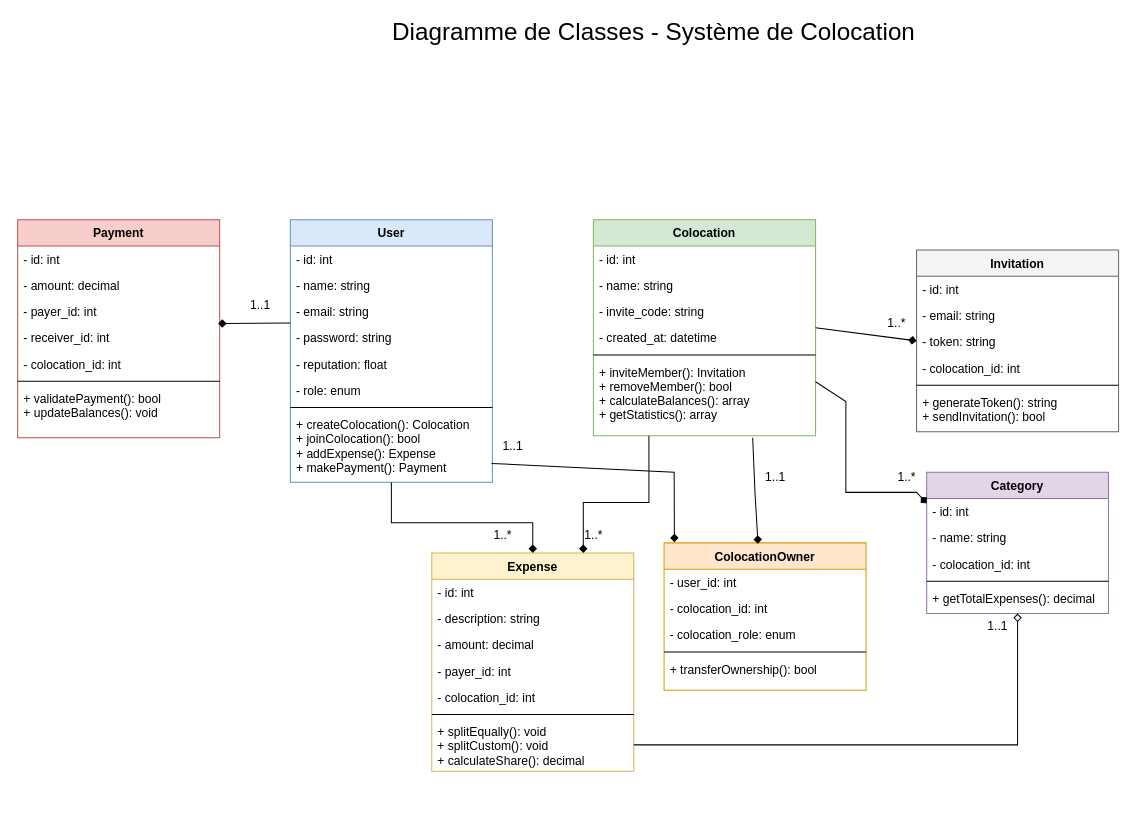
The draw.io diagram Docs/diagrammeDeClasse.drawio in Medbdll/EasyColoc, before the edit. Source tidied: cells renumbered, new cells numbered last; positions are measured from the earlier drawing's top-left corner, leaving out a move shared by most shapes. Both pictures are drawn from the tidied source at 101%, with x=0, y=0 at pixel (17, 17).
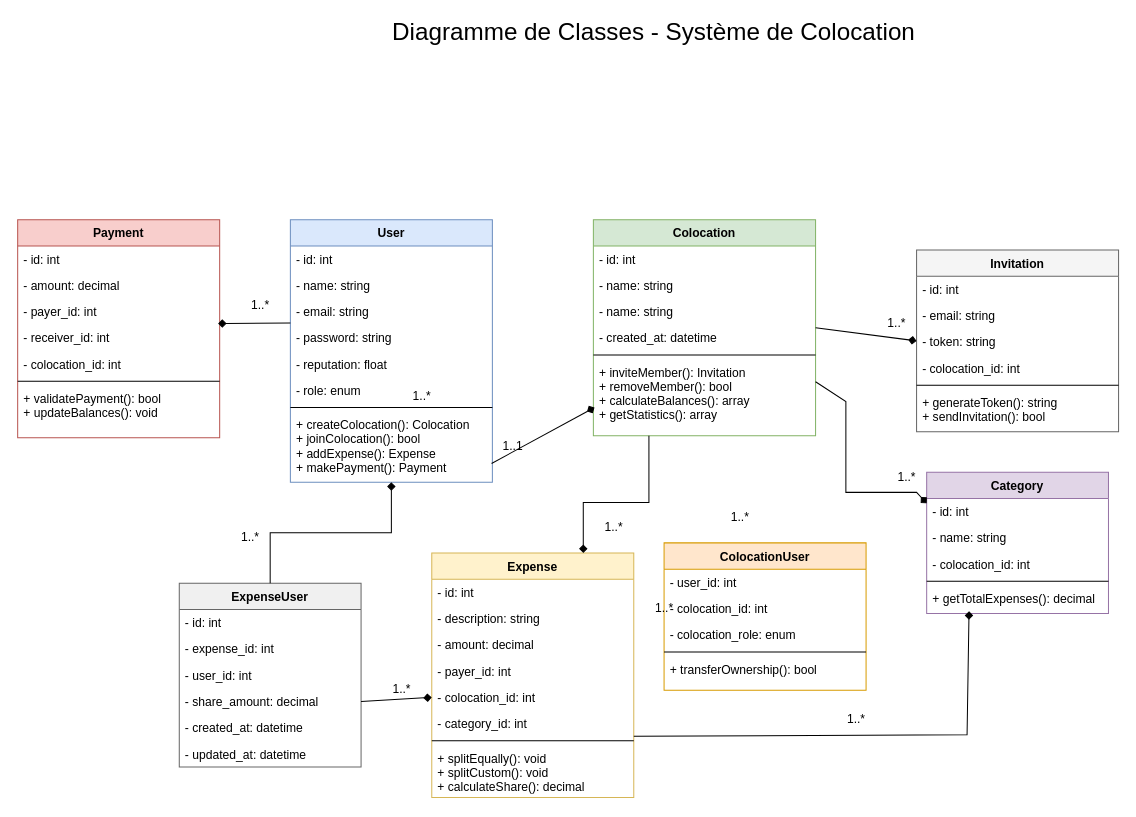
The same diagram, later.

Unchanged cells that the change refers to:
```xml
<mxCell id="2" value="User" style="swimlane;fontStyle=1;align=center;verticalAlign=top;horizontal=1;startSize=26;fillColor=#dae8fc;strokeColor=#6c8ebf;" parent="1" vertex="1">
  <mxGeometry x="270" y="200" width="200" height="260" as="geometry" />
</mxCell>
<mxCell id="10" value="+ createColocation(): Colocation&#10;+ joinColocation(): bool&#10;+ addExpense(): Expense&#10;+ makePayment(): Payment" style="text;strokeColor=none;fillColor=none;align=left;verticalAlign=top;spacingLeft=4;spacingRight=4;overflow=hidden;points=[[0,0.5],[1,0.5]];portConstraint=eastwest;" parent="2" vertex="1">
  <mxGeometry y="190" width="200" height="70" as="geometry" />
</mxCell>
<mxCell id="11" value="Colocation" style="swimlane;fontStyle=1;align=center;verticalAlign=top;horizontal=1;startSize=26;fillColor=#d5e8d4;strokeColor=#82b366;" parent="1" vertex="1">
  <mxGeometry x="570" y="200" width="220" height="214" as="geometry" />
</mxCell>
<mxCell id="17" value="+ inviteMember(): Invitation&#10;+ removeMember(): bool&#10;+ calculateBalances(): array&#10;+ getStatistics(): array" style="text;strokeColor=none;fillColor=none;align=left;verticalAlign=top;spacingLeft=4;spacingRight=4;overflow=hidden;points=[[0,0.5],[1,0.5]];portConstraint=eastwest;" parent="11" vertex="1">
  <mxGeometry y="138" width="220" height="76" as="geometry" />
</mxCell>
<mxCell id="23" value="- colocation_id: int" style="text;strokeColor=none;fillColor=none;align=left;verticalAlign=top;spacingLeft=4;spacingRight=4;overflow=hidden;points=[[0,0.5],[1,0.5]];portConstraint=eastwest;" parent="18" vertex="1">
  <mxGeometry y="130" width="200" height="26" as="geometry" />
</mxCell>
<mxCell id="39" value="+ getTotalExpenses(): decimal" style="text;strokeColor=none;fillColor=none;align=left;verticalAlign=top;spacingLeft=4;spacingRight=4;overflow=hidden;points=[[0,0.5],[1,0.5]];portConstraint=eastwest;" parent="34" vertex="1">
  <mxGeometry y="112" width="180" height="28" as="geometry" />
</mxCell>
```

The edit, as a diff of the source:
```diff
@@
-    <mxCell id="14" value="- invite_code: string" style="text;strokeColor=none;fillColor=none;align=left;verticalAlign=top;spacingLeft=4;spacingRight=4;overflow=hidden;" parent="11" vertex="1">
-      <mxGeometry y="78" width="220" height="26" as="geometry" />
-    </mxCell>
+    <mxCell id="70" value="- name: string" style="text;strokeColor=none;fillColor=none;align=left;verticalAlign=top;spacingLeft=4;spacingRight=4;overflow=hidden;" parent="11" vertex="1">
+      <mxGeometry y="78" width="220" height="26" as="geometry" />
+    </mxCell>
@@
     <mxCell id="18" value="Expense" style="swimlane;fontStyle=1;align=center;verticalAlign=top;horizontal=1;startSize=26;fillColor=#fff2cc;strokeColor=#d6b656;" parent="1" vertex="1">
-      <mxGeometry x="410" y="530" width="200" height="216" as="geometry" />
+      <mxGeometry x="410" y="530" width="200" height="242" as="geometry" />
     </mxCell>
@@
+    <mxCell id="71" value="- category_id: int" style="text;strokeColor=none;fillColor=none;align=left;verticalAlign=top;spacingLeft=4;spacingRight=4;overflow=hidden;" parent="18" vertex="1">
+      <mxGeometry y="156" width="200" height="26" as="geometry" />
+    </mxCell>
     <mxCell id="24" style="line;strokeWidth=1;fillColor=none;align=left;verticalAlign=middle;spacingTop=-1;spacingLeft=3;spacingRight=3;labelPosition=right;" parent="18" vertex="1">
-      <mxGeometry y="156" width="200" height="8" as="geometry" />
+      <mxGeometry y="182" width="200" height="8" as="geometry" />
     </mxCell>
     <mxCell id="25" value="+ splitEqually(): void&#10;+ splitCustom(): void&#10;+ calculateShare(): decimal" style="text;strokeColor=none;fillColor=none;align=left;verticalAlign=top;spacingLeft=4;spacingRight=4;overflow=hidden;points=[[0,0.5],[1,0.5]];portConstraint=eastwest;" parent="18" vertex="1">
-      <mxGeometry y="164" width="200" height="52" as="geometry" />
+      <mxGeometry y="190" width="200" height="52" as="geometry" />
     </mxCell>
@@
-    <mxCell id="47" value="ColocationOwner" style="swimlane;fontStyle=1;align=center;verticalAlign=top;horizontal=1;startSize=26;fillColor=#ffe6cc;strokeColor=#d79b00;" parent="1" vertex="1">
+    <mxCell id="47" value="ColocationUser" style="swimlane;fontStyle=1;align=center;verticalAlign=top;horizontal=1;startSize=26;fillColor=#ffe6cc;strokeColor=#d79b00;" parent="1" vertex="1">
       <mxGeometry x="640" y="520" width="200" height="146" as="geometry" />
     </mxCell>
@@
-    <mxCell id="53" style="endArrow=diamond;endFill=1;html=1;rounded=0;exitX=0.996;exitY=0.734;exitDx=0;exitDy=0;entryX=0.051;entryY=-0.005;entryDx=0;entryDy=0;exitPerimeter=0;entryPerimeter=0;" parent="1" edge="1" source="10" target="47">
-      <mxGeometry relative="1" as="geometry">
-        <Array as="points">
-          <mxPoint x="650" y="450" />
-        </Array>
-      </mxGeometry>
+    <mxCell id="53" style="endArrow=diamond;endFill=1;html=1;rounded=0;exitX=0.996;exitY=0.734;exitDx=0;exitDy=0;entryX=0.005;entryY=0.632;entryDx=0;entryDy=0;exitPerimeter=0;entryPerimeter=0;" parent="1" edge="1" source="10" target="17">
+      <mxGeometry relative="1" as="geometry" />
     </mxCell>
-    <mxCell id="54" style="endArrow=diamond;endFill=1;html=1;rounded=0;exitX=0.717;exitY=1.026;exitDx=0;exitDy=0;entryX=0.465;entryY=0.006;entryDx=0;entryDy=0;exitPerimeter=0;entryPerimeter=0;" parent="1" edge="1" source="17" target="47">
-      <mxGeometry relative="1" as="geometry">
-        <Array as="points">
-          <mxPoint x="730" y="470" />
-        </Array>
-      </mxGeometry>
-    </mxCell>
-    <mxCell id="55" style="endArrow=diamond;endFill=1;html=1;rounded=0;exitX=0.5;exitY=1;exitDx=0;exitDy=0;entryX=0.5;entryY=0;entryDx=0;entryDy=0;" parent="1" edge="1" source="2" target="18">
-      <mxGeometry relative="1" as="geometry">
-        <Array as="points">
-          <mxPoint x="370" y="500" />
-          <mxPoint x="510" y="500" />
-        </Array>
-      </mxGeometry>
-    </mxCell>
@@
+    <mxCell id="72" value="1..*" style="text;html=1;align=center;verticalAlign=middle;strokeColor=none;fillColor=none;" parent="1" vertex="1">
+      <mxGeometry x="570" y="490" width="40" height="30" as="geometry" />
+    </mxCell>
@@
+    <mxCell id="73" value="1..*" style="text;html=1;align=center;verticalAlign=middle;strokeColor=none;fillColor=none;" parent="1" vertex="1">
+      <mxGeometry x="360" y="650" width="40" height="30" as="geometry" />
+    </mxCell>
@@
-    <mxCell id="60" style="endArrow=diamond;endFill=0;html=1;rounded=0;exitX=1;exitY=0.5;exitDx=0;exitDy=0;" parent="1" edge="1" source="25" target="39">
-      <mxGeometry relative="1" as="geometry">
-        <Array as="points">
-          <mxPoint x="660" y="720" />
-          <mxPoint x="990" y="720" />
-        </Array>
-      </mxGeometry>
-    </mxCell>
+    <mxCell id="74" style="endArrow=diamond;endFill=1;html=1;rounded=0;exitX=1;exitY=0.75;exitDx=0;exitDy=0;entryX=0.233;entryY=0.918;entryDx=0;entryDy=0;entryPerimeter=0;" parent="1" edge="1" source="18" target="39">
+      <mxGeometry relative="1" as="geometry">
+        <Array as="points">
+          <mxPoint x="940" y="710" />
+        </Array>
+      </mxGeometry>
+    </mxCell>
@@
-    <mxCell id="63" value="1..1" style="text;html=1;align=center;verticalAlign=middle;strokeColor=none;fillColor=none;" parent="1" vertex="1">
-      <mxGeometry x="730" y="440" width="40" height="30" as="geometry" />
+    <mxCell id="63" value="1..*" style="text;html=1;align=center;verticalAlign=middle;strokeColor=none;fillColor=none;" parent="1" vertex="1">
+      <mxGeometry x="695" y="480" width="40" height="30" as="geometry" />
     </mxCell>
-    <mxCell id="64" value="1..1" style="text;html=1;align=center;verticalAlign=middle;strokeColor=none;fillColor=none;" parent="1" vertex="1">
+    <mxCell id="64" value="1..*" style="text;html=1;align=center;verticalAlign=middle;strokeColor=none;fillColor=none;" parent="1" vertex="1">
       <mxGeometry x="220" y="270" width="40" height="30" as="geometry" />
     </mxCell>
@@
-    <mxCell id="67" value="1..1" style="text;html=1;align=center;verticalAlign=middle;strokeColor=none;fillColor=none;" parent="1" vertex="1">
-      <mxGeometry x="950" y="588" width="40" height="30" as="geometry" />
+    <mxCell id="67" value="1..*" style="text;html=1;align=center;verticalAlign=middle;strokeColor=none;fillColor=none;" parent="1" vertex="1">
+      <mxGeometry x="810" y="680" width="40" height="30" as="geometry" />
     </mxCell>
-    <mxCell id="68" value="1..*" style="text;html=1;align=center;verticalAlign=middle;strokeColor=none;fillColor=none;" parent="1" vertex="1">
-      <mxGeometry x="550" y="498" width="40" height="30" as="geometry" />
-    </mxCell>
-    <mxCell id="69" value="1..*" style="text;html=1;align=center;verticalAlign=middle;strokeColor=none;fillColor=none;" parent="1" vertex="1">
-      <mxGeometry x="460" y="498" width="40" height="30" as="geometry" />
-    </mxCell>
+    <mxCell id="75" value="ExpenseUser" style="swimlane;fontStyle=1;align=center;verticalAlign=top;horizontal=1;startSize=26;fillColor=#f0f0f0;strokeColor=#666666;" parent="1" vertex="1">
+      <mxGeometry x="160" y="560" width="180" height="182" as="geometry" />
+    </mxCell>
+    <mxCell id="76" value="- id: int" style="text;strokeColor=none;fillColor=none;align=left;verticalAlign=top;spacingLeft=4;spacingRight=4;overflow=hidden;" parent="75" vertex="1">
+      <mxGeometry y="26" width="180" height="26" as="geometry" />
+    </mxCell>
+    <mxCell id="77" value="- expense_id: int" style="text;strokeColor=none;fillColor=none;align=left;verticalAlign=top;spacingLeft=4;spacingRight=4;overflow=hidden;" parent="75" vertex="1">
+      <mxGeometry y="52" width="180" height="26" as="geometry" />
+    </mxCell>
+    <mxCell id="78" value="- user_id: int" style="text;strokeColor=none;fillColor=none;align=left;verticalAlign=top;spacingLeft=4;spacingRight=4;overflow=hidden;" parent="75" vertex="1">
+      <mxGeometry y="78" width="180" height="26" as="geometry" />
+    </mxCell>
+    <mxCell id="79" value="- share_amount: decimal" style="text;strokeColor=none;fillColor=none;align=left;verticalAlign=top;spacingLeft=4;spacingRight=4;overflow=hidden;points=[[0,0.5],[1,0.5]];portConstraint=eastwest;" parent="75" vertex="1">
+      <mxGeometry y="104" width="180" height="26" as="geometry" />
+    </mxCell>
+    <mxCell id="80" value="- created_at: datetime" style="text;strokeColor=none;fillColor=none;align=left;verticalAlign=top;spacingLeft=4;spacingRight=4;overflow=hidden;" parent="75" vertex="1">
+      <mxGeometry y="130" width="180" height="26" as="geometry" />
+    </mxCell>
+    <mxCell id="81" value="- updated_at: datetime" style="text;strokeColor=none;fillColor=none;align=left;verticalAlign=top;spacingLeft=4;spacingRight=4;overflow=hidden;" parent="75" vertex="1">
+      <mxGeometry y="156" width="180" height="26" as="geometry" />
+    </mxCell>
+    <mxCell id="82" style="endArrow=diamond;endFill=1;html=1;rounded=0;exitX=1;exitY=0.5;exitDx=0;exitDy=0;entryX=0;entryY=0.5;entryDx=0;entryDy=0;" parent="1" edge="1" source="79" target="23">
+      <mxGeometry relative="1" as="geometry" />
+    </mxCell>
+    <mxCell id="83" style="endArrow=diamond;endFill=1;html=1;rounded=0;exitX=0.5;exitY=0;exitDx=0;exitDy=0;entryX=0.5;entryY=1;entryDx=0;entryDy=0;" parent="1" edge="1" source="75" target="2">
+      <mxGeometry relative="1" as="geometry">
+        <Array as="points">
+          <mxPoint x="250" y="510" />
+          <mxPoint x="370" y="510" />
+        </Array>
+      </mxGeometry>
+    </mxCell>
+    <mxCell id="84" value="1..*" style="text;html=1;align=center;verticalAlign=middle;strokeColor=none;fillColor=none;" parent="1" vertex="1">
+      <mxGeometry x="620" y="570" width="40" height="30" as="geometry" />
+    </mxCell>
+    <mxCell id="85" value="1..*" style="text;html=1;align=center;verticalAlign=middle;strokeColor=none;fillColor=none;" parent="1" vertex="1">
+      <mxGeometry x="380" y="360" width="40" height="30" as="geometry" />
+    </mxCell>
+    <mxCell id="86" value="1..*" style="text;html=1;align=center;verticalAlign=middle;strokeColor=none;fillColor=none;" parent="1" vertex="1">
+      <mxGeometry x="210" y="500" width="40" height="30" as="geometry" />
+    </mxCell>
```
